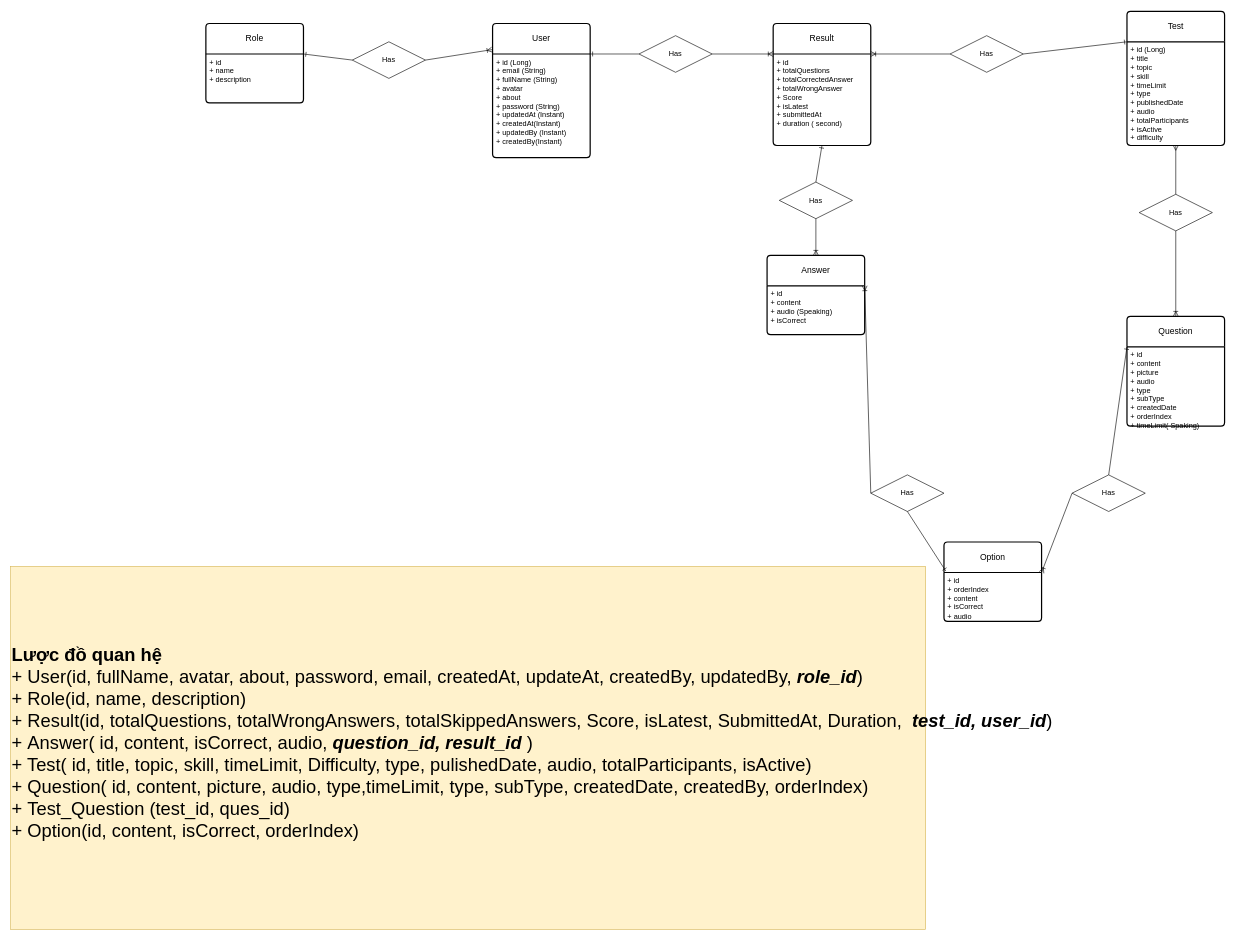
Earlier version of the draw.io diagram ERD-Quizfang.drawio (manhfangg01/QuizFang). Source tidied: cells renumbered, new cells numbered last; positions are measured from the earlier drawing's top-left corner, leaving out a move shared by most shapes. Both pictures are drawn from the tidied source at 61%, with x=0, y=0 at pixel (10, 11).
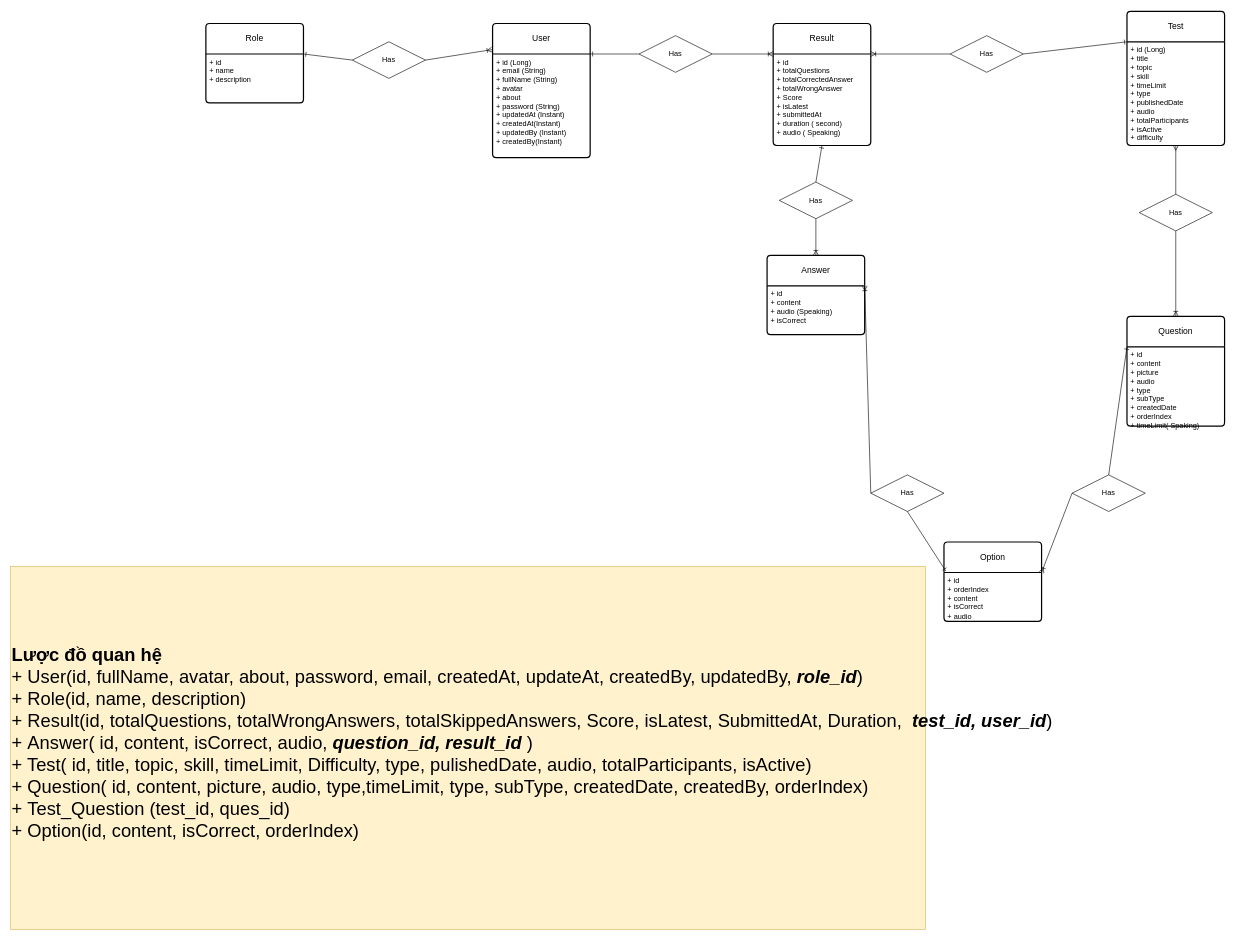
The same page after the edit.

The change refers to these unchanged cells:
```xml
<mxCell id="12" value="Result" style="swimlane;horizontal=1;startSize=50;rounded=1;fontSize=14;fontStyle=0;strokeWidth=2;shadow=0;dashed=0;align=center;arcSize=4;whiteSpace=wrap;html=1;" parent="1" vertex="1">
  <mxGeometry x="1250" y="20" width="160" height="200" as="geometry" />
</mxCell>
```

The edit, as a diff of the source:
```diff
@@
-    <mxCell id="13" value="+ id&lt;div&gt;+ totalQuestions&lt;/div&gt;&lt;div&gt;+ totalCorrectedAnswer&lt;div&gt;&lt;div&gt;+ totalWrongAnswer&lt;br&gt;+ Score&lt;/div&gt;&lt;div&gt;+ isLatest&lt;/div&gt;&lt;div&gt;+ submittedAt&lt;/div&gt;&lt;div&gt;+ duration ( second)&lt;/div&gt;&lt;div&gt;&lt;br&gt;&lt;div&gt;&lt;br&gt;&lt;/div&gt;&lt;/div&gt;&lt;div&gt;&lt;br&gt;&lt;/div&gt;&lt;/div&gt;&lt;/div&gt;" style="align=left;strokeColor=none;fillColor=none;spacingLeft=4;spacingRight=4;fontSize=12;verticalAlign=top;html=1;whiteSpace=wrap;" parent="12" vertex="1">
+    <mxCell id="13" value="+ id&lt;div&gt;+ totalQuestions&lt;/div&gt;&lt;div&gt;+ totalCorrectedAnswer&lt;div&gt;&lt;div&gt;+ totalWrongAnswer&lt;br&gt;+ Score&lt;/div&gt;&lt;div&gt;+ isLatest&lt;/div&gt;&lt;div&gt;+ submittedAt&lt;/div&gt;&lt;div&gt;+ duration ( second)&lt;/div&gt;&lt;div&gt;+ audio ( Speaking)&lt;/div&gt;&lt;div&gt;&lt;br&gt;&lt;/div&gt;&lt;div&gt;&lt;br&gt;&lt;div&gt;&lt;br&gt;&lt;/div&gt;&lt;/div&gt;&lt;div&gt;&lt;br&gt;&lt;/div&gt;&lt;/div&gt;&lt;/div&gt;" style="align=left;strokeColor=none;fillColor=none;spacingLeft=4;spacingRight=4;fontSize=12;verticalAlign=top;html=1;whiteSpace=wrap;" parent="12" vertex="1">
       <mxGeometry y="50" width="160" height="150" as="geometry" />
     </mxCell>
```
